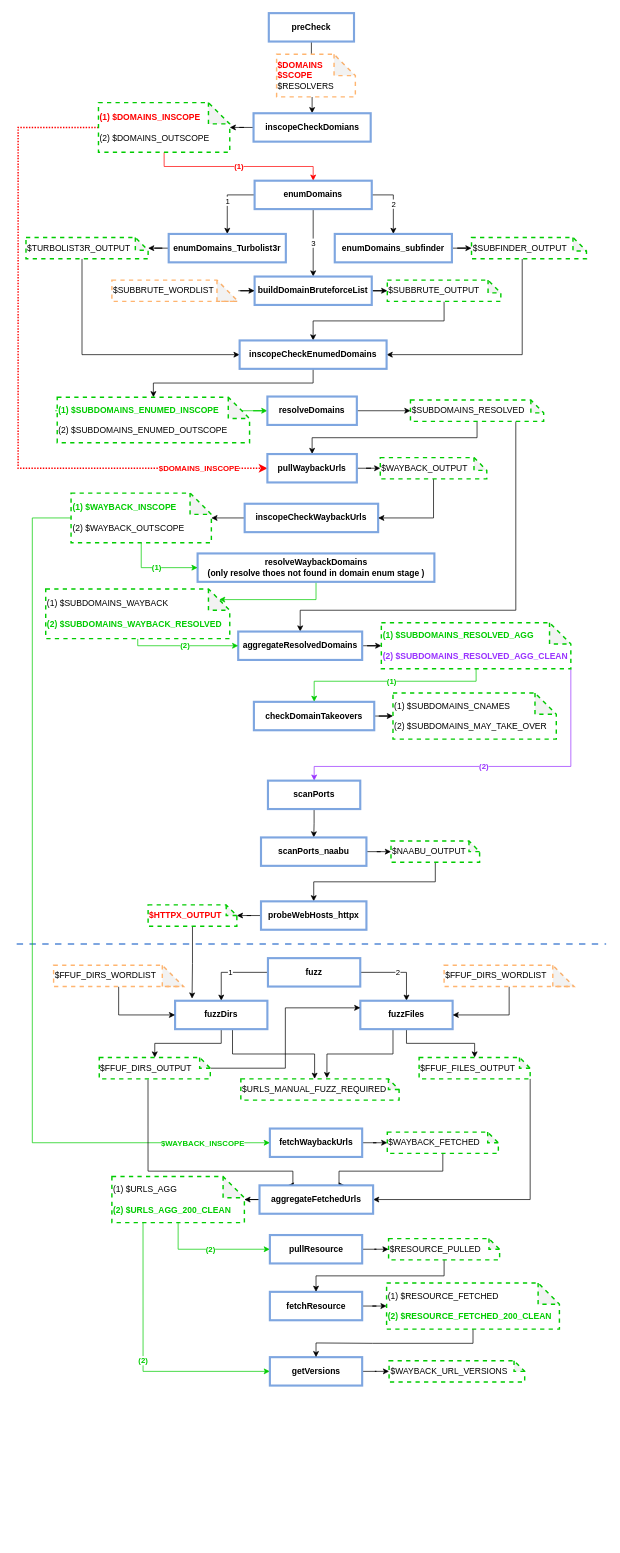
Before: Recon.drawio in dirtybull/workflows, a draw.io diagram. Source tidied: cells renumbered, new cells numbered last; positions are measured from the earlier drawing's top-left corner, leaving out a move shared by most shapes. Both pictures are drawn from the tidied source at 71%, with x=0, y=0 at pixel (16, 13).
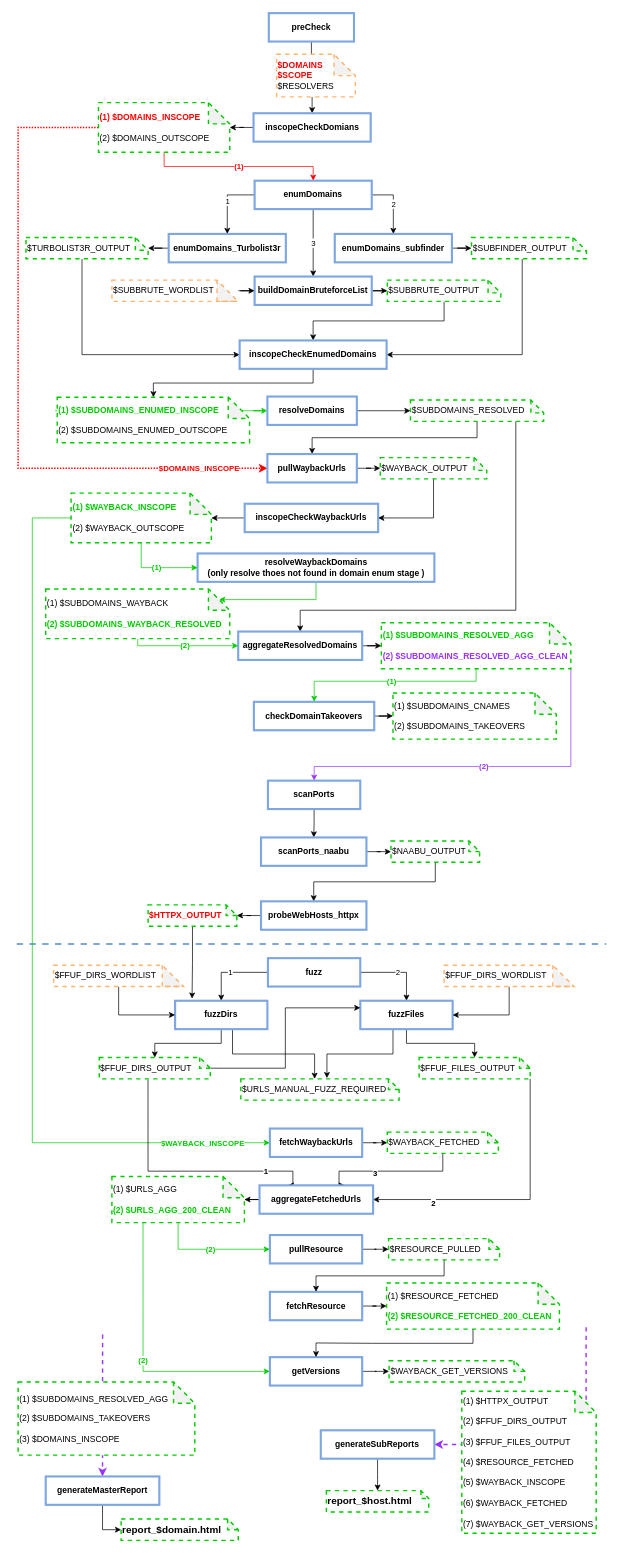
The same page after the edit.

Unchanged cells that the change refers to:
```xml
<mxCell id="86" style="edgeStyle=orthogonalEdgeStyle;rounded=0;jettySize=auto;html=1;entryX=0.25;entryY=0;entryDx=0;entryDy=0;fontColor=#000000;strokeColor=default;exitX=0.439;exitY=1.033;exitDx=0;exitDy=0;exitPerimeter=0;" parent="1" edge="1" source="87" target="96">
  <mxGeometry relative="1" as="geometry">
    <Array as="points">
      <mxPoint x="185" y="1631" />
      <mxPoint x="389" y="1631" />
    </Array>
  </mxGeometry>
</mxCell>
<mxCell id="88" style="edgeStyle=orthogonalEdgeStyle;rounded=0;jettySize=auto;html=1;entryX=1;entryY=0.5;entryDx=0;entryDy=0;fontColor=#000000;strokeColor=default;exitX=1;exitY=1;exitDx=0;exitDy=0;exitPerimeter=0;" parent="1" edge="1" source="89" target="96">
  <mxGeometry relative="1" as="geometry" />
</mxCell>
<mxCell id="93" style="edgeStyle=orthogonalEdgeStyle;rounded=0;jettySize=auto;html=1;entryX=0.75;entryY=0;entryDx=0;entryDy=0;fontColor=#000000;strokeColor=default;" parent="1" edge="1" source="94" target="96">
  <mxGeometry relative="1" as="geometry">
    <Array as="points">
      <mxPoint x="600" y="1631" />
      <mxPoint x="454" y="1631" />
    </Array>
  </mxGeometry>
</mxCell>
```

Diff of the diagram source:
```diff
@@
+    <mxCell id="111" style="endArrow=classic;html=1;rounded=0;fontColor=default;strokeColor=#9933FF;strokeWidth=2;dashed=1;entryX=1;entryY=0.5;entryDx=0;entryDy=0;" parent="1" edge="1" target="117">
+      <mxGeometry relative="1" as="geometry">
+        <mxPoint x="802" y="1851" as="sourcePoint" />
+        <Array as="points">
+          <mxPoint x="802" y="2016" />
+        </Array>
+      </mxGeometry>
+    </mxCell>
+    <mxCell id="112" style="endArrow=classic;html=1;rounded=0;fontColor=default;strokeColor=#9933FF;strokeWidth=2;dashed=1;entryX=0.5;entryY=0;entryDx=0;entryDy=0;" parent="1" edge="1" target="119">
+      <mxGeometry relative="1" as="geometry">
+        <mxPoint x="121" y="1861" as="sourcePoint" />
+      </mxGeometry>
+    </mxCell>
@@
-    <mxCell id="52" value="&lt;div&gt;(1) $SUBDOMAINS_CNAMES&lt;/div&gt;&lt;div&gt;&lt;br&gt;&lt;/div&gt;&lt;div&gt;(2) $SUBDOMAINS_MAY_TAKE_OVER&lt;/div&gt;" style="shape=note;whiteSpace=wrap;html=1;backgroundOutline=1;darkOpacity=0.05;dashed=1;align=left;strokeColor=#00CC00;strokeWidth=2;" parent="1" vertex="1">
+    <mxCell id="52" value="&lt;div&gt;(1) $SUBDOMAINS_CNAMES&lt;/div&gt;&lt;div&gt;&lt;br&gt;&lt;/div&gt;&lt;div&gt;(2) $SUBDOMAINS_TAKEOVERS&lt;/div&gt;" style="shape=note;whiteSpace=wrap;html=1;backgroundOutline=1;darkOpacity=0.05;dashed=1;align=left;strokeColor=#00CC00;strokeWidth=2;" parent="1" vertex="1">
       <mxGeometry x="530" y="957.5" width="230" height="65" as="geometry" />
     </mxCell>
@@
+    <mxCell id="113" value="1" style="edgeLabel;html=1;align=center;verticalAlign=middle;fontColor=default;fontStyle=1;" parent="86" vertex="1">
+      <mxGeometry x="0.64" relative="1" as="geometry" />
+    </mxCell>
@@
+    <mxCell id="114" value="2" style="edgeLabel;html=1;align=center;verticalAlign=middle;fontColor=default;fontStyle=1;" parent="88" vertex="1">
+      <mxGeometry x="0.57" y="4" relative="1" as="geometry" />
+    </mxCell>
@@
+    <mxCell id="115" value="3" style="edgeLabel;html=1;align=center;verticalAlign=middle;fontColor=default;fontStyle=1;" parent="93" vertex="1">
+      <mxGeometry x="0.21" y="2" relative="1" as="geometry" />
+    </mxCell>
@@
-    <mxCell id="104" value="&lt;div&gt;$WAYBACK_URL_VERSIONS&lt;/div&gt;" style="shape=note;whiteSpace=wrap;html=1;backgroundOutline=1;darkOpacity=0.05;dashed=1;align=left;strokeColor=#00CC00;strokeWidth=2;size=15;" parent="1" vertex="1">
+    <mxCell id="104" value="&lt;div&gt;$WAYBACK_GET_VERSIONS&lt;/div&gt;" style="shape=note;whiteSpace=wrap;html=1;backgroundOutline=1;darkOpacity=0.05;dashed=1;align=left;strokeColor=#00CC00;strokeWidth=2;size=15;" parent="1" vertex="1">
       <mxGeometry x="524.5" y="1898" width="191" height="30" as="geometry" />
     </mxCell>
@@
+    <mxCell id="116" style="edgeStyle=orthogonalEdgeStyle;rounded=0;jettySize=auto;html=1;fontColor=default;strokeColor=default;strokeWidth=1;" parent="1" edge="1" source="117" target="123">
+      <mxGeometry relative="1" as="geometry" />
+    </mxCell>
+    <mxCell id="117" value="generateSubReports" style="rounded=0;whiteSpace=wrap;html=1;strokeColor=#7EA6E0;strokeWidth=3;fontStyle=1;" parent="1" vertex="1">
+      <mxGeometry x="428.3" y="1996" width="160" height="40" as="geometry" />
+    </mxCell>
+    <mxCell id="118" style="edgeStyle=orthogonalEdgeStyle;rounded=0;jettySize=auto;html=1;entryX=0;entryY=0.5;entryDx=0;entryDy=0;entryPerimeter=0;fontSize=14;fontColor=default;strokeColor=default;strokeWidth=1;" parent="1" edge="1" source="119" target="122">
+      <mxGeometry relative="1" as="geometry" />
+    </mxCell>
+    <mxCell id="119" value="generateMasterReport" style="rounded=0;whiteSpace=wrap;html=1;strokeColor=#7EA6E0;strokeWidth=3;fontStyle=1;" parent="1" vertex="1">
+      <mxGeometry x="40.9" y="2061" width="160" height="40" as="geometry" />
+    </mxCell>
+    <mxCell id="120" value="&lt;div&gt;(1) $SUBDOMAINS_RESOLVED_AGG&lt;/div&gt;&lt;div&gt;&lt;br&gt;&lt;/div&gt;&lt;div&gt;&lt;font&gt;&lt;span&gt;(2) $SUBDOMAINS_TAKEOVERS&lt;/span&gt;&lt;/font&gt;&lt;/div&gt;&lt;div&gt;&lt;font&gt;&lt;span&gt;&lt;br&gt;&lt;/span&gt;&lt;/font&gt;&lt;/div&gt;&lt;div&gt;&lt;font&gt;&lt;span&gt;(3) $DOMAINS_INSCOPE&lt;br&gt;&lt;/span&gt;&lt;/font&gt;&lt;/div&gt;" style="shape=note;whiteSpace=wrap;html=1;backgroundOutline=1;darkOpacity=0.05;dashed=1;align=left;strokeColor=#00CC00;strokeWidth=2;fontColor=default;fontStyle=0;" parent="1" vertex="1">
+      <mxGeometry x="2" y="1928" width="248.9" height="103" as="geometry" />
+    </mxCell>
+    <mxCell id="121" value="&lt;div&gt;(1) $HTTPX_OUTPUT&lt;/div&gt;&lt;div&gt;&lt;br&gt;&lt;/div&gt;&lt;div&gt;&lt;font&gt;&lt;span&gt;(2) $FFUF_DIRS_OUTPUT&lt;/span&gt;&lt;/font&gt;&lt;/div&gt;&lt;div&gt;&lt;font&gt;&lt;span&gt;&lt;br&gt;&lt;/span&gt;&lt;/font&gt;&lt;/div&gt;&lt;div&gt;&lt;font&gt;&lt;span&gt;(3) $FFUF_FILES_OUTPUT&lt;br&gt;&lt;/span&gt;&lt;/font&gt;&lt;/div&gt;&lt;div&gt;&lt;br&gt;&lt;/div&gt;&lt;div&gt;&lt;div&gt;(4) $RESOURCE_FETCHED&lt;/div&gt;&lt;div&gt;&lt;br&gt;&lt;/div&gt;&lt;div&gt;&lt;font&gt;&lt;span&gt;(5) $WAYBACK_INSCOPE&lt;/span&gt;&lt;/font&gt;&lt;/div&gt;&lt;div&gt;&lt;font&gt;&lt;span&gt;&lt;br&gt;&lt;/span&gt;&lt;/font&gt;&lt;/div&gt;&lt;div&gt;&lt;font&gt;&lt;span&gt;(6) $WAYBACK_FETCHED&lt;/span&gt;&lt;/font&gt;&lt;/div&gt;&lt;div&gt;&lt;font&gt;&lt;span&gt;&lt;br&gt;&lt;/span&gt;&lt;/font&gt;&lt;/div&gt;&lt;div&gt;&lt;font&gt;&lt;span&gt;(7) $WAYBACK_GET_VERSIONS&lt;br&gt;&lt;/span&gt;&lt;/font&gt;&lt;/div&gt;&lt;/div&gt;" style="shape=note;whiteSpace=wrap;html=1;backgroundOutline=1;darkOpacity=0.05;dashed=1;align=left;strokeColor=#00CC00;strokeWidth=2;fontColor=default;fontStyle=0;" parent="1" vertex="1">
+      <mxGeometry x="626.9" y="1941" width="189.3" height="200" as="geometry" />
+    </mxCell>
+    <mxCell id="122" value="report_$domain.html" style="shape=note;whiteSpace=wrap;html=1;backgroundOutline=1;darkOpacity=0.05;dashed=1;align=left;strokeColor=#00CC00;strokeWidth=2;size=15;fontStyle=1;fontSize=14;" parent="1" vertex="1">
+      <mxGeometry x="147.1" y="2121" width="165" height="30" as="geometry" />
+    </mxCell>
+    <mxCell id="123" value="report_$host.html" style="shape=note;whiteSpace=wrap;html=1;backgroundOutline=1;darkOpacity=0.05;dashed=1;align=left;strokeColor=#00CC00;strokeWidth=2;size=11;fontSize=14;fontStyle=1;" parent="1" vertex="1">
+      <mxGeometry x="436.2" y="2081" width="144.2" height="30" as="geometry" />
+    </mxCell>
```
